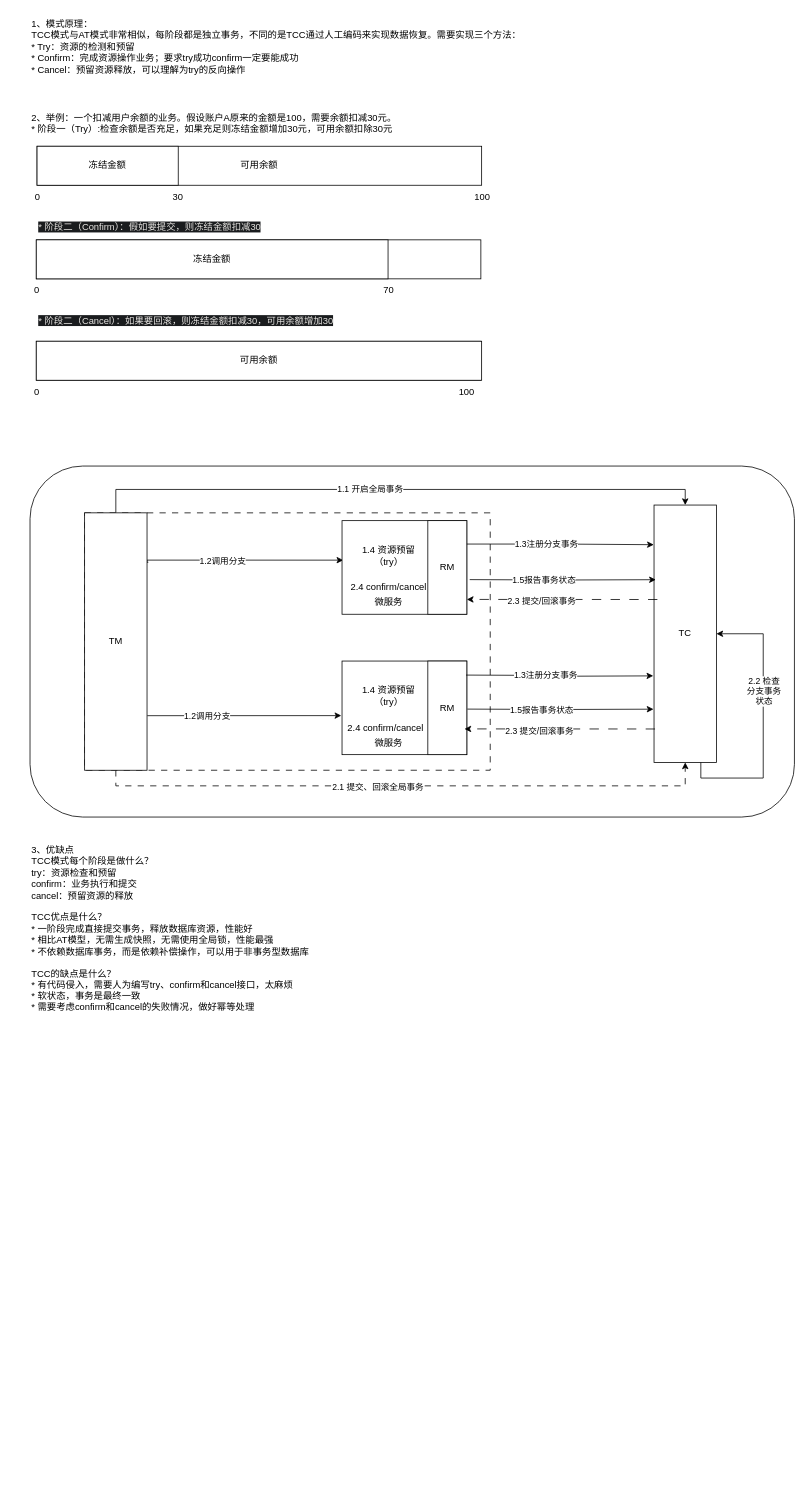
Before: page "TCC模式" (4 of 5) of 分布式事务.drawio in EngineKing/draw, a draw.io diagram. Source tidied: cells renumbered, new cells numbered last; positions are measured from the earlier drawing's top-left corner, leaving out a move shared by most shapes. Both pictures are drawn from the tidied source at 78%, with x=0, y=0 at pixel (13, 13).
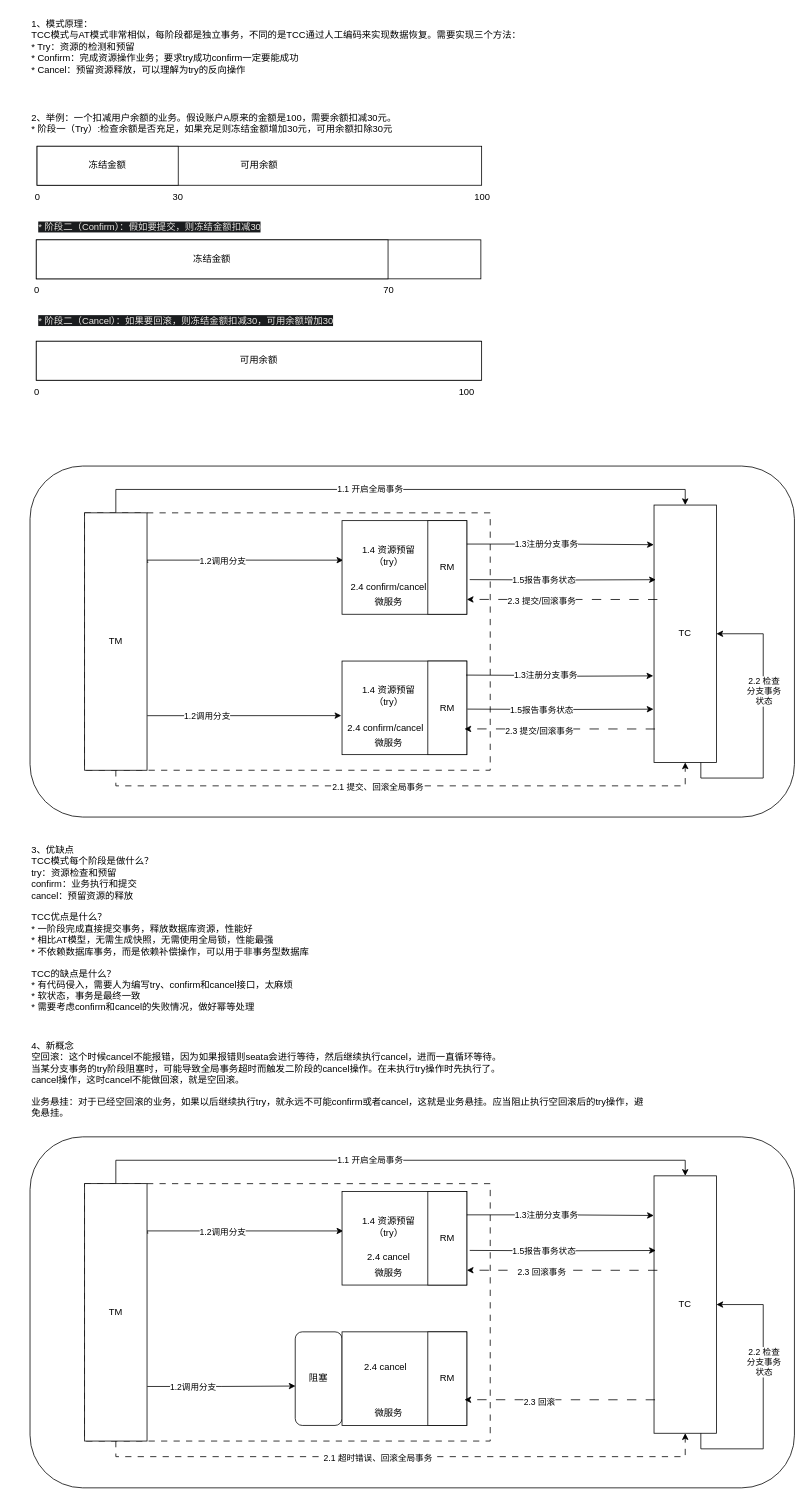
Above is the later version.

Commit message:
更新分布式事务.drawio

Change to the diagram source:
```diff
@@
+    <mxCell id="61" value="3、优缺点&lt;div&gt;TCC模式每个阶段是做什么？&lt;/div&gt;&lt;div&gt;try：资源检查和预留&lt;/div&gt;&lt;div&gt;confirm：业务执行和提交&lt;/div&gt;&lt;div&gt;cancel：预留资源的释放&lt;/div&gt;&lt;div&gt;&lt;br&gt;&lt;/div&gt;&lt;div&gt;TCC优点是什么？&lt;/div&gt;&lt;div&gt;* 一阶段完成直接提交事务，释放数据库资源，性能好&lt;/div&gt;&lt;div&gt;* 相比AT模型，无需生成快照，无需使用全局锁，性能最强&lt;/div&gt;&lt;div&gt;* 不依赖数据库事务，而是依赖补偿操作，可以用于非事务型数据库&lt;/div&gt;&lt;div&gt;&lt;br&gt;&lt;/div&gt;&lt;div&gt;TCC的缺点是什么？&lt;/div&gt;&lt;div&gt;* 有代码侵入，需要人为编写try、confirm和cancel接口，太麻烦&lt;/div&gt;&lt;div&gt;* 软状态，事务是最终一致&lt;/div&gt;&lt;div&gt;* 需要考虑confirm和cancel的失败情况，做好幂等处理&lt;/div&gt;" style="text;html=1;align=left;verticalAlign=top;whiteSpace=wrap;rounded=0;" parent="1" vertex="1">
+      <mxGeometry x="21" y="1059" width="790" height="231" as="geometry" />
+    </mxCell>
+    <mxCell id="62" value="4、新概念&lt;div&gt;空回滚：这个时候cancel不能报错，因为如果报错则seata会进行等待，然后继续执行cancel，进而一直循环等待。&lt;/div&gt;&lt;div&gt;当某分支事务的try阶段阻塞时，可能导致全局事务超时而触发二阶段的cancel操作。在未执行try操作时先执行了。&lt;/div&gt;&lt;div&gt;cancel操作，这时cancel不能做回滚，就是空回滚。&lt;/div&gt;&lt;div&gt;&lt;br&gt;&lt;/div&gt;&lt;div&gt;业务悬挂：对于已经空回滚的业务，如果以后继续执行try，就永远不可能confirm或者cancel，这就是业务悬挂。应当阻止执行空回滚后的try操作，避免悬挂。&lt;/div&gt;&lt;div&gt;&lt;br&gt;&lt;/div&gt;&lt;div&gt;&lt;br&gt;&lt;/div&gt;" style="text;html=1;align=left;verticalAlign=top;whiteSpace=wrap;rounded=0;" parent="1" vertex="1">
+      <mxGeometry x="21" y="1310" width="790" height="110" as="geometry" />
+    </mxCell>
+    <mxCell id="63" style="group;" parent="1" vertex="1">
+      <mxGeometry x="21" y="580" width="980" height="450" as="geometry" />
+    </mxCell>
-    <mxCell id="22" style="group;" parent="1" vertex="1">
-      <mxGeometry x="21" y="580" width="980" height="450" as="geometry" />
+    <mxCell id="22" style="group;" parent="63" vertex="1">
+      <mxGeometry width="980" height="450" as="geometry" />
     </mxCell>
@@
-    <mxCell id="60" value="2.4 confirm/cancel" style="text;html=1;align=center;verticalAlign=middle;whiteSpace=wrap;rounded=0;" parent="1" vertex="1">
-      <mxGeometry x="427" y="901" width="100" height="30" as="geometry" />
+    <mxCell id="60" value="2.4 confirm/cancel" style="text;html=1;align=center;verticalAlign=middle;whiteSpace=wrap;rounded=0;" parent="63" vertex="1">
+      <mxGeometry x="406" y="321" width="100" height="30" as="geometry" />
     </mxCell>
-    <mxCell id="61" value="3、优缺点&lt;div&gt;TCC模式每个阶段是做什么？&lt;/div&gt;&lt;div&gt;try：资源检查和预留&lt;/div&gt;&lt;div&gt;confirm：业务执行和提交&lt;/div&gt;&lt;div&gt;cancel：预留资源的释放&lt;/div&gt;&lt;div&gt;&lt;br&gt;&lt;/div&gt;&lt;div&gt;TCC优点是什么？&lt;/div&gt;&lt;div&gt;* 一阶段完成直接提交事务，释放数据库资源，性能好&lt;/div&gt;&lt;div&gt;* 相比AT模型，无需生成快照，无需使用全局锁，性能最强&lt;/div&gt;&lt;div&gt;* 不依赖数据库事务，而是依赖补偿操作，可以用于非事务型数据库&lt;/div&gt;&lt;div&gt;&lt;br&gt;&lt;/div&gt;&lt;div&gt;TCC的缺点是什么？&lt;/div&gt;&lt;div&gt;* 有代码侵入，需要人为编写try、confirm和cancel接口，太麻烦&lt;/div&gt;&lt;div&gt;* 软状态，事务是最终一致&lt;/div&gt;&lt;div&gt;* 需要考虑confirm和cancel的失败情况，做好幂等处理&lt;/div&gt;" style="text;html=1;align=left;verticalAlign=top;whiteSpace=wrap;rounded=0;" parent="1" vertex="1">
-      <mxGeometry x="21" y="1059" width="790" height="231" as="geometry" />
-    </mxCell>
+    <mxCell id="64" style="group;" parent="1" vertex="1">
+      <mxGeometry x="21" y="1400" width="980" height="450" as="geometry" />
+    </mxCell>
+    <mxCell id="65" style="group;" parent="64" vertex="1">
+      <mxGeometry y="40" width="980" height="450" as="geometry" />
+    </mxCell>
+    <mxCell id="66" style="rounded=1;whiteSpace=wrap;html=1;fontColor=none;noLabel=1;" parent="65" vertex="1">
+      <mxGeometry width="980" height="450" as="geometry" />
+    </mxCell>
+    <mxCell id="67" style="edgeStyle=orthogonalEdgeStyle;rounded=0;jettySize=auto;html=1;exitX=0.5;exitY=0;exitDx=0;exitDy=0;entryX=0.5;entryY=0;entryDx=0;entryDy=0;" parent="65" edge="1" source="77" target="88">
+      <mxGeometry relative="1" as="geometry" />
+    </mxCell>
+    <mxCell id="68" value="1.1 开启全局事务" style="edgeLabel;html=1;align=center;verticalAlign=middle;" parent="67" vertex="1">
+      <mxGeometry x="-0.09" y="1" relative="1" as="geometry" />
+    </mxCell>
+    <mxCell id="69" style="rounded=0;whiteSpace=wrap;html=1;dashed=1;dashPattern=8 8;" parent="65" vertex="1">
+      <mxGeometry x="70" y="60" width="520" height="330" as="geometry" />
+    </mxCell>
+    <mxCell id="70" style="edgeStyle=orthogonalEdgeStyle;rounded=0;jettySize=auto;html=1;exitX=1.021;exitY=0.192;exitDx=0;exitDy=0;entryX=0.01;entryY=0.422;entryDx=0;entryDy=0;exitPerimeter=0;entryPerimeter=0;" parent="65" edge="1" source="77" target="79">
+      <mxGeometry relative="1" as="geometry">
+        <Array as="points">
+          <mxPoint x="150" y="123" />
+          <mxPoint x="150" y="121" />
+        </Array>
+      </mxGeometry>
+    </mxCell>
+    <mxCell id="71" value="1.2调用分支" style="edgeLabel;html=1;align=center;verticalAlign=middle;" parent="70" vertex="1">
+      <mxGeometry x="-0.21" y="-1" relative="1" as="geometry" />
+    </mxCell>
+    <mxCell id="72" style="edgeStyle=orthogonalEdgeStyle;rounded=0;jettySize=auto;html=1;exitX=0.5;exitY=1;exitDx=0;exitDy=0;entryX=0.5;entryY=1;entryDx=0;entryDy=0;dashed=1;dashPattern=8 8;" parent="65" edge="1" source="77" target="88">
+      <mxGeometry relative="1" as="geometry" />
+    </mxCell>
+    <mxCell id="73" value="2.1 超时错误、回滚全局事务" style="edgeLabel;html=1;align=center;verticalAlign=middle;" parent="72" vertex="1">
+      <mxGeometry x="-0.09" y="-1" relative="1" as="geometry" />
+    </mxCell>
+    <mxCell id="74" style="edgeStyle=orthogonalEdgeStyle;rounded=0;jettySize=auto;html=1;exitX=1.004;exitY=0.788;exitDx=0;exitDy=0;entryX=0.006;entryY=0.579;entryDx=0;entryDy=0;exitPerimeter=0;entryPerimeter=0;" parent="65" edge="1" source="77" target="76">
+      <mxGeometry relative="1" as="geometry" />
+    </mxCell>
+    <mxCell id="75" value="1.2调用分支" style="edgeLabel;html=1;align=center;verticalAlign=middle;" parent="74" vertex="1">
+      <mxGeometry x="-0.39" relative="1" as="geometry" />
+    </mxCell>
+    <mxCell id="76" value="阻塞" style="rounded=1;whiteSpace=wrap;html=1;" parent="65" vertex="1">
+      <mxGeometry x="340" y="250" width="60" height="120" as="geometry" />
+    </mxCell>
+    <mxCell id="77" value="TM" style="rounded=0;whiteSpace=wrap;html=1;" parent="65" vertex="1">
+      <mxGeometry x="70" y="60" width="80" height="330" as="geometry" />
+    </mxCell>
+    <mxCell id="78" style="group;" parent="65" vertex="1">
+      <mxGeometry x="400" y="70" width="160" height="120" as="geometry" />
+    </mxCell>
+    <mxCell id="79" style="rounded=0;whiteSpace=wrap;html=1;" parent="78" vertex="1">
+      <mxGeometry width="160" height="120" as="geometry" />
+    </mxCell>
+    <mxCell id="80" value="RM" style="rounded=0;whiteSpace=wrap;html=1;" parent="78" vertex="1">
+      <mxGeometry x="110" width="50" height="120" as="geometry" />
+    </mxCell>
+    <mxCell id="81" value="微服务" style="text;html=1;align=center;verticalAlign=middle;whiteSpace=wrap;rounded=0;" parent="78" vertex="1">
+      <mxGeometry x="30" y="90" width="60" height="30" as="geometry" />
+    </mxCell>
+    <mxCell id="82" value="1.4 资源预留（try）" style="text;html=1;align=center;verticalAlign=middle;whiteSpace=wrap;rounded=0;" parent="78" vertex="1">
+      <mxGeometry x="10" y="30" width="100" height="30" as="geometry" />
+    </mxCell>
+    <mxCell id="83" value="2.4 cancel" style="text;html=1;align=center;verticalAlign=middle;whiteSpace=wrap;rounded=0;" parent="78" vertex="1">
+      <mxGeometry x="10" y="70" width="100" height="30" as="geometry" />
+    </mxCell>
+    <mxCell id="84" style="group;" parent="65" vertex="1">
+      <mxGeometry x="400" y="250" width="160" height="120" as="geometry" />
+    </mxCell>
+    <mxCell id="85" style="rounded=0;whiteSpace=wrap;html=1;" parent="84" vertex="1">
+      <mxGeometry width="160" height="120" as="geometry" />
+    </mxCell>
+    <mxCell id="86" value="RM" style="rounded=0;whiteSpace=wrap;html=1;" parent="84" vertex="1">
+      <mxGeometry x="110" width="50" height="120" as="geometry" />
+    </mxCell>
+    <mxCell id="87" value="微服务" style="text;html=1;align=center;verticalAlign=middle;whiteSpace=wrap;rounded=0;" parent="84" vertex="1">
+      <mxGeometry x="30" y="90" width="60" height="30" as="geometry" />
+    </mxCell>
+    <mxCell id="88" value="TC" style="rounded=0;whiteSpace=wrap;html=1;" parent="65" vertex="1">
+      <mxGeometry x="800" y="50" width="80" height="330" as="geometry" />
+    </mxCell>
+    <mxCell id="89" style="edgeStyle=orthogonalEdgeStyle;rounded=0;jettySize=auto;html=1;exitX=1;exitY=0.25;exitDx=0;exitDy=0;entryX=-0.004;entryY=0.154;entryDx=0;entryDy=0;entryPerimeter=0;" parent="65" edge="1" source="80" target="88">
+      <mxGeometry relative="1" as="geometry" />
+    </mxCell>
+    <mxCell id="90" value="1.3注册分支事务" style="edgeLabel;html=1;align=center;verticalAlign=middle;" parent="89" vertex="1">
+      <mxGeometry x="-0.16" y="1" relative="1" as="geometry" />
+    </mxCell>
+    <mxCell id="91" style="edgeStyle=orthogonalEdgeStyle;rounded=0;orthogonalLoop=1;jettySize=auto;html=1;exitX=1.073;exitY=0.622;exitDx=0;exitDy=0;entryX=0.029;entryY=0.287;entryDx=0;entryDy=0;exitPerimeter=0;entryPerimeter=0;" parent="65" edge="1">
+      <mxGeometry relative="1" as="geometry">
+        <mxPoint x="563.7" y="145.6" as="sourcePoint" />
+        <mxPoint x="802.3" y="145.7" as="targetPoint" />
+      </mxGeometry>
+    </mxCell>
+    <mxCell id="92" value="1.5报告事务状态" style="edgeLabel;html=1;align=center;verticalAlign=middle;" parent="91" vertex="1">
+      <mxGeometry x="-0.25" y="-1" relative="1" as="geometry">
+        <mxPoint x="5" as="offset" />
+      </mxGeometry>
+    </mxCell>
+    <mxCell id="93" style="edgeStyle=orthogonalEdgeStyle;rounded=0;orthogonalLoop=1;jettySize=auto;html=1;exitX=0.75;exitY=1;exitDx=0;exitDy=0;entryX=1;entryY=0.5;entryDx=0;entryDy=0;" parent="65" edge="1" source="88" target="88">
+      <mxGeometry relative="1" as="geometry">
+        <Array as="points">
+          <mxPoint x="860" y="400" />
+          <mxPoint x="940" y="400" />
+          <mxPoint x="940" y="215" />
+        </Array>
+      </mxGeometry>
+    </mxCell>
+    <mxCell id="94" value="2.2 检查&lt;div&gt;分支事务&lt;/div&gt;&lt;div&gt;状态&lt;/div&gt;" style="edgeLabel;html=1;align=center;verticalAlign=middle;" parent="93" vertex="1">
+      <mxGeometry x="0.23" relative="1" as="geometry" />
+    </mxCell>
+    <mxCell id="95" style="endArrow=classic;html=1;rounded=0;exitX=0.054;exitY=0.364;exitDx=0;exitDy=0;exitPerimeter=0;dashed=1;dashPattern=12 12;" parent="65" edge="1">
+      <mxGeometry relative="1" as="geometry">
+        <mxPoint x="804.3" y="171.1" as="sourcePoint" />
+        <mxPoint x="560" y="171" as="targetPoint" />
+      </mxGeometry>
+    </mxCell>
+    <mxCell id="96" value="2.3 回滚事务" style="edgeLabel;html=1;align=center;verticalAlign=middle;" parent="95" vertex="1">
+      <mxGeometry x="0.22" y="2" relative="1" as="geometry" />
+    </mxCell>
+    <mxCell id="97" style="endArrow=classic;html=1;rounded=0;exitX=0.054;exitY=0.364;exitDx=0;exitDy=0;exitPerimeter=0;dashed=1;dashPattern=12 12;" parent="65" edge="1">
+      <mxGeometry relative="1" as="geometry">
+        <mxPoint x="801.3" y="337.1" as="sourcePoint" />
+        <mxPoint x="557" y="337" as="targetPoint" />
+      </mxGeometry>
+    </mxCell>
+    <mxCell id="98" value="2.3 回滚" style="edgeLabel;html=1;align=center;verticalAlign=middle;" parent="97" vertex="1">
+      <mxGeometry x="0.22" y="2" relative="1" as="geometry" />
+    </mxCell>
+    <mxCell id="99" value="2.4 cancel" style="text;html=1;align=center;verticalAlign=middle;whiteSpace=wrap;rounded=0;" parent="64" vertex="1">
+      <mxGeometry x="406" y="321" width="100" height="30" as="geometry" />
+    </mxCell>
```
